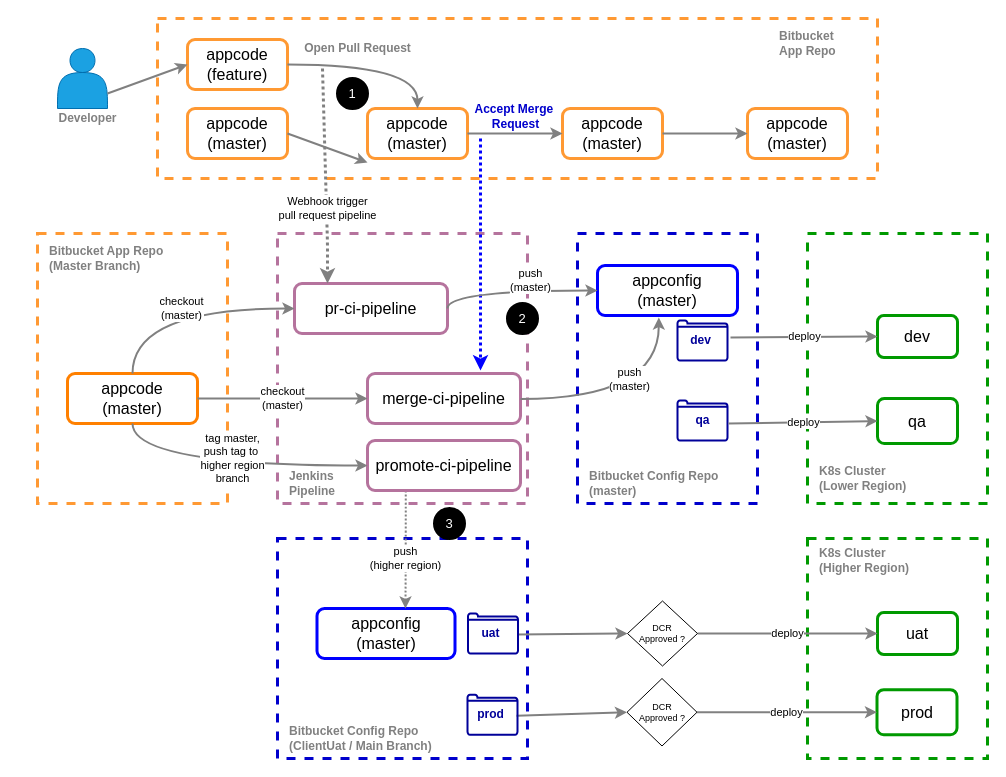
The draw.io diagram page "Page-2" (2 of 2) of cicd.drawio in josephlim75/technologies, before the edit. Source tidied: cells renumbered, new cells numbered last; positions are measured from the earlier drawing's top-left corner, leaving out a move shared by most shapes. Both pictures are drawn from the tidied source at 100%, with x=0, y=0 at pixel (17, 18).
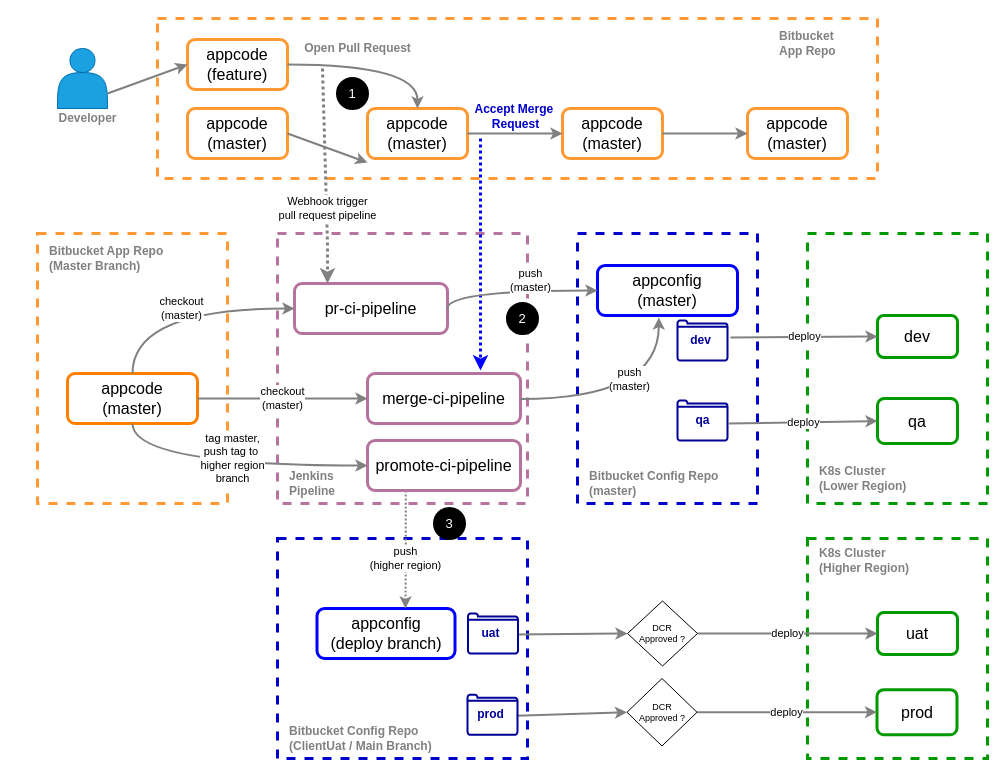
The same diagram, later.

Change to the diagram source:
```diff
@@
-    <mxCell id="49" value="&lt;span style=&quot;font-size: 16px&quot;&gt;appconfig&lt;br&gt;(master)&lt;br&gt;&lt;/span&gt;" style="rounded=1;whiteSpace=wrap;html=1;strokeColor=#0000FF;strokeWidth=3;" parent="1" vertex="1">
+    <mxCell id="49" value="&lt;span style=&quot;font-size: 16px&quot;&gt;appconfig&lt;br&gt;(deploy branch)&lt;br&gt;&lt;/span&gt;" style="rounded=1;whiteSpace=wrap;html=1;strokeColor=#0000FF;strokeWidth=3;" parent="1" vertex="1">
       <mxGeometry x="299.5" y="590" width="138" height="50" as="geometry" />
     </mxCell>
```
